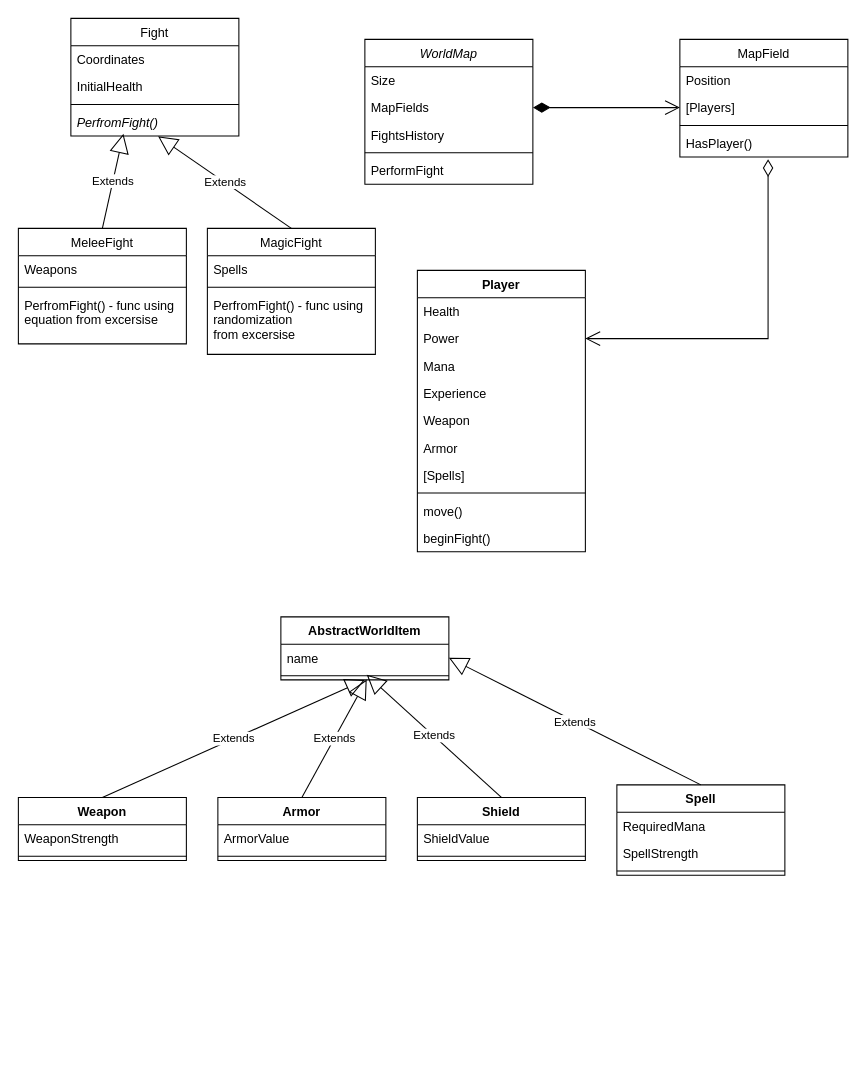
Before: PO1.drawio in Piotreqsl/oolab, a draw.io diagram. Source tidied: cells renumbered, new cells numbered last; positions are measured from the earlier drawing's top-left corner, leaving out a move shared by most shapes. Both pictures are drawn from the tidied source at 105%, with x=0, y=0 at pixel (18, 18).
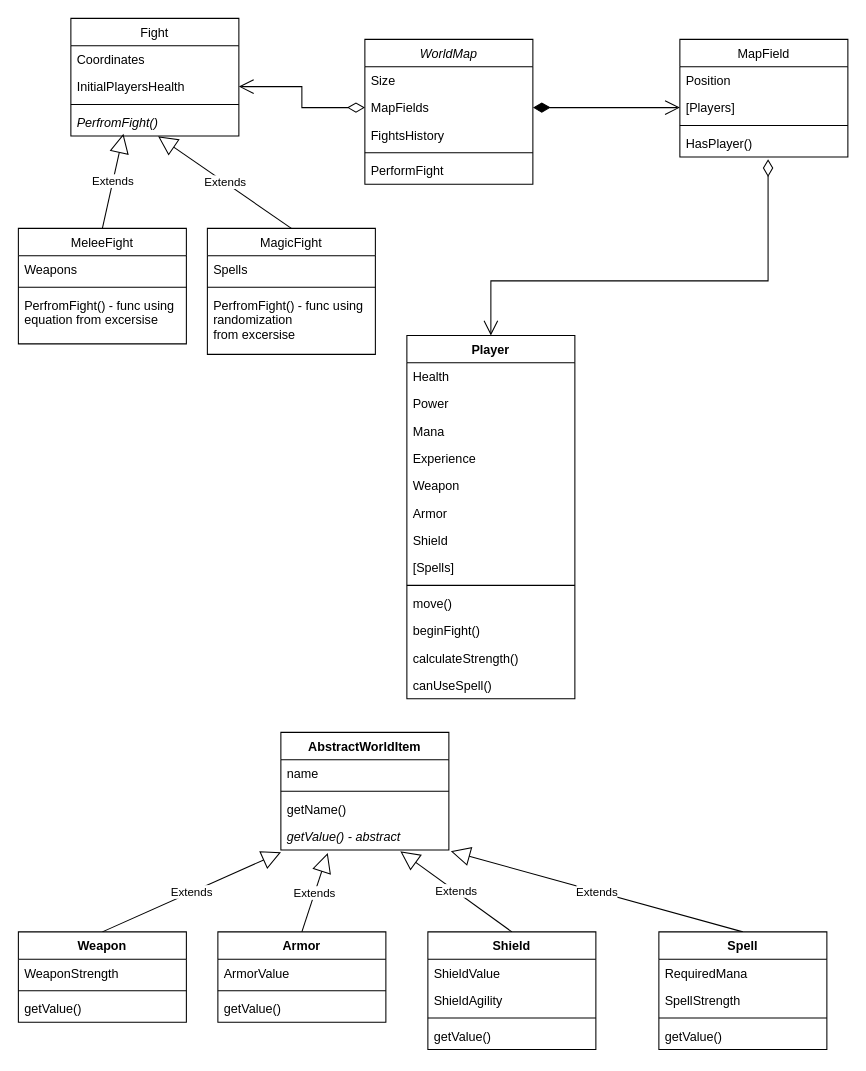
The same page after the edit.

Unchanged cells that the change refers to:
```xml
<mxCell id="4" value="MapFields" style="text;align=left;verticalAlign=top;spacingLeft=4;spacingRight=4;overflow=hidden;points=[[0,0.5],[1,0.5]];portConstraint=eastwest;rounded=0;shadow=0;html=0;" parent="2" vertex="1">
  <mxGeometry y="52" width="160" height="26" as="geometry" />
</mxCell>
<mxCell id="12" value="HasPlayer()" style="text;align=left;verticalAlign=top;spacingLeft=4;spacingRight=4;overflow=hidden;points=[[0,0.5],[1,0.5]];portConstraint=eastwest;" parent="8" vertex="1">
  <mxGeometry y="86" width="160" height="26" as="geometry" />
</mxCell>
<mxCell id="15" value="Power" style="text;strokeColor=none;fillColor=none;align=left;verticalAlign=top;spacingLeft=4;spacingRight=4;overflow=hidden;points=[[0,0.5],[1,0.5]];portConstraint=eastwest;" parent="13" vertex="1">
  <mxGeometry y="52" width="160" height="26" as="geometry" />
</mxCell>
<mxCell id="44" value="Fight" style="swimlane;fontStyle=0;align=center;verticalAlign=top;horizontal=1;startSize=26;rounded=0;shadow=0;strokeWidth=1;" parent="1" vertex="1">
  <mxGeometry x="50" width="160" height="112" as="geometry" />
</mxCell>
```

Change to the diagram source:
```diff
@@
     <mxCell id="13" value="Player" style="swimlane;fontStyle=1;align=center;verticalAlign=top;horizontal=1;startSize=26;" parent="1" vertex="1">
-      <mxGeometry x="380" y="240" width="160" height="268" as="geometry" />
+      <mxGeometry x="370" y="302" width="160" height="346" as="geometry" />
     </mxCell>
@@
+    <mxCell id="61" value="Shield" style="text;strokeColor=none;fillColor=none;align=left;verticalAlign=top;spacingLeft=4;spacingRight=4;overflow=hidden;" parent="13" vertex="1">
+      <mxGeometry y="182" width="160" height="26" as="geometry" />
+    </mxCell>
     <mxCell id="20" value="[Spells]" style="text;strokeColor=none;fillColor=none;align=left;verticalAlign=top;spacingLeft=4;spacingRight=4;overflow=hidden;" parent="13" vertex="1">
-      <mxGeometry y="182" width="160" height="26" as="geometry" />
+      <mxGeometry y="208" width="160" height="26" as="geometry" />
     </mxCell>
     <mxCell id="21" style="line;strokeWidth=1;fillColor=none;align=left;verticalAlign=middle;spacingTop=-1;spacingLeft=3;spacingRight=3;labelPosition=right;strokeColor=inherit;" parent="13" vertex="1">
-      <mxGeometry y="208" width="160" height="8" as="geometry" />
+      <mxGeometry y="234" width="160" height="8" as="geometry" />
     </mxCell>
     <mxCell id="22" value="move()" style="text;strokeColor=none;fillColor=none;align=left;verticalAlign=top;spacingLeft=4;spacingRight=4;overflow=hidden;" parent="13" vertex="1">
-      <mxGeometry y="216" width="160" height="26" as="geometry" />
+      <mxGeometry y="242" width="160" height="26" as="geometry" />
     </mxCell>
     <mxCell id="23" value="beginFight()" style="text;strokeColor=none;fillColor=none;align=left;verticalAlign=top;spacingLeft=4;spacingRight=4;overflow=hidden;" parent="13" vertex="1">
-      <mxGeometry y="242" width="160" height="26" as="geometry" />
+      <mxGeometry y="268" width="160" height="26" as="geometry" />
     </mxCell>
-    <mxCell id="24" value="AbstractWorldItem" style="swimlane;fontStyle=1;align=center;verticalAlign=top;horizontal=1;startSize=26;" parent="1" vertex="1">
-      <mxGeometry x="250" y="570" width="160" height="60" as="geometry" />
-    </mxCell>
-    <mxCell id="25" value="name" style="text;strokeColor=none;fillColor=none;align=left;verticalAlign=top;spacingLeft=4;spacingRight=4;overflow=hidden;points=[[0,0.5],[1,0.5]];portConstraint=eastwest;" parent="24" vertex="1">
-      <mxGeometry y="26" width="160" height="26" as="geometry" />
-    </mxCell>
-    <mxCell id="26" style="line;strokeWidth=1;fillColor=none;align=left;verticalAlign=middle;spacingTop=-1;spacingLeft=3;spacingRight=3;labelPosition=right;points=[];portConstraint=eastwest;strokeColor=inherit;" parent="24" vertex="1">
-      <mxGeometry y="52" width="160" height="8" as="geometry" />
-    </mxCell>
+    <mxCell id="62" value="calculateStrength()" style="text;strokeColor=none;fillColor=none;align=left;verticalAlign=top;spacingLeft=4;spacingRight=4;overflow=hidden;" parent="13" vertex="1">
+      <mxGeometry y="294" width="160" height="26" as="geometry" />
+    </mxCell>
+    <mxCell id="63" value="canUseSpell()" style="text;strokeColor=none;fillColor=none;align=left;verticalAlign=top;spacingLeft=4;spacingRight=4;overflow=hidden;" parent="13" vertex="1">
+      <mxGeometry y="320" width="160" height="26" as="geometry" />
+    </mxCell>
-    <mxCell id="27" value="Extends" style="endArrow=block;endSize=16;endFill=0;html=1;rounded=0;exitX=0.5;exitY=0;exitDx=0;exitDy=0;entryX=0.5;entryY=1;entryDx=0;entryDy=0;" parent="1" edge="1" source="28" target="24">
+    <mxCell id="27" value="Extends" style="endArrow=block;endSize=16;endFill=0;html=1;rounded=0;exitX=0.5;exitY=0;exitDx=0;exitDy=0;entryX=0.001;entryY=1.081;entryDx=0;entryDy=0;entryPerimeter=0;" parent="1" edge="1" source="28" target="66">
       <mxGeometry relative="1" as="geometry" />
     </mxCell>
-    <mxCell id="28" value="Weapon" style="swimlane;fontStyle=1;align=center;verticalAlign=top;horizontal=1;startSize=26;" parent="1" vertex="1">
-      <mxGeometry y="742" width="160" height="60" as="geometry" />
-    </mxCell>
-    <mxCell id="29" value="WeaponStrength" style="text;strokeColor=none;fillColor=none;align=left;verticalAlign=top;spacingLeft=4;spacingRight=4;overflow=hidden;" parent="28" vertex="1">
-      <mxGeometry y="26" width="160" height="26" as="geometry" />
-    </mxCell>
-    <mxCell id="30" style="line;strokeWidth=1;fillColor=none;align=left;verticalAlign=middle;spacingTop=-1;spacingLeft=3;spacingRight=3;labelPosition=right;strokeColor=inherit;" parent="28" vertex="1">
-      <mxGeometry y="52" width="160" height="8" as="geometry" />
-    </mxCell>
-    <mxCell id="31" value="Armor" style="swimlane;fontStyle=1;align=center;verticalAlign=top;horizontal=1;startSize=26;" parent="1" vertex="1">
-      <mxGeometry x="190" y="742" width="160" height="60" as="geometry" />
-    </mxCell>
-    <mxCell id="32" value="ArmorValue" style="text;strokeColor=none;fillColor=none;align=left;verticalAlign=top;spacingLeft=4;spacingRight=4;overflow=hidden;" parent="31" vertex="1">
-      <mxGeometry y="26" width="160" height="26" as="geometry" />
-    </mxCell>
-    <mxCell id="33" style="line;strokeWidth=1;fillColor=none;align=left;verticalAlign=middle;spacingTop=-1;spacingLeft=3;spacingRight=3;labelPosition=right;strokeColor=inherit;" parent="31" vertex="1">
-      <mxGeometry y="52" width="160" height="8" as="geometry" />
-    </mxCell>
-    <mxCell id="34" value="Shield" style="swimlane;fontStyle=1;align=center;verticalAlign=top;horizontal=1;startSize=26;" parent="1" vertex="1">
-      <mxGeometry x="380" y="742" width="160" height="60" as="geometry" />
-    </mxCell>
-    <mxCell id="35" value="ShieldValue" style="text;strokeColor=none;fillColor=none;align=left;verticalAlign=top;spacingLeft=4;spacingRight=4;overflow=hidden;" parent="34" vertex="1">
-      <mxGeometry y="26" width="160" height="26" as="geometry" />
-    </mxCell>
-    <mxCell id="36" style="line;strokeWidth=1;fillColor=none;align=left;verticalAlign=middle;spacingTop=-1;spacingLeft=3;spacingRight=3;labelPosition=right;strokeColor=inherit;" parent="34" vertex="1">
-      <mxGeometry y="52" width="160" height="8" as="geometry" />
-    </mxCell>
-    <mxCell id="37" value="Extends" style="endArrow=block;endSize=16;endFill=0;html=1;rounded=0;exitX=0.5;exitY=0;exitDx=0;exitDy=0;entryX=0.511;entryY=0.955;entryDx=0;entryDy=0;entryPerimeter=0;" parent="1" edge="1" source="31" target="26">
+    <mxCell id="37" value="Extends" style="endArrow=block;endSize=16;endFill=0;html=1;rounded=0;exitX=0.5;exitY=0;exitDx=0;exitDy=0;entryX=0.279;entryY=1.115;entryDx=0;entryDy=0;entryPerimeter=0;" parent="1" edge="1" source="31" target="66">
       <mxGeometry relative="1" as="geometry" />
     </mxCell>
-    <mxCell id="38" value="Extends" style="endArrow=block;endSize=16;endFill=0;html=1;rounded=0;exitX=0.5;exitY=0;exitDx=0;exitDy=0;entryX=0.511;entryY=1.119;entryDx=0;entryDy=0;entryPerimeter=0;" parent="1" edge="1" source="34" target="25">
+    <mxCell id="38" value="Extends" style="endArrow=block;endSize=16;endFill=0;html=1;rounded=0;exitX=0.5;exitY=0;exitDx=0;exitDy=0;entryX=0.711;entryY=1.046;entryDx=0;entryDy=0;entryPerimeter=0;" parent="1" edge="1" source="34" target="66">
       <mxGeometry relative="1" as="geometry" />
     </mxCell>
-    <mxCell id="39" value="Spell" style="swimlane;fontStyle=1;align=center;verticalAlign=top;horizontal=1;startSize=26;" parent="1" vertex="1">
-      <mxGeometry x="570" y="730" width="160" height="86" as="geometry" />
-    </mxCell>
-    <mxCell id="40" value="RequiredMana" style="text;strokeColor=none;fillColor=none;align=left;verticalAlign=top;spacingLeft=4;spacingRight=4;overflow=hidden;" parent="39" vertex="1">
-      <mxGeometry y="26" width="160" height="26" as="geometry" />
-    </mxCell>
-    <mxCell id="41" value="SpellStrength" style="text;strokeColor=none;fillColor=none;align=left;verticalAlign=top;spacingLeft=4;spacingRight=4;overflow=hidden;" parent="39" vertex="1">
-      <mxGeometry y="52" width="160" height="26" as="geometry" />
-    </mxCell>
-    <mxCell id="42" style="line;strokeWidth=1;fillColor=none;align=left;verticalAlign=middle;spacingTop=-1;spacingLeft=3;spacingRight=3;labelPosition=right;strokeColor=inherit;" parent="39" vertex="1">
-      <mxGeometry y="78" width="160" height="8" as="geometry" />
-    </mxCell>
-    <mxCell id="43" value="Extends" style="endArrow=block;endSize=16;endFill=0;html=1;rounded=0;exitX=0.5;exitY=0;exitDx=0;exitDy=0;entryX=1;entryY=0.5;entryDx=0;entryDy=0;" parent="1" edge="1" source="39" target="25">
+    <mxCell id="43" value="Extends" style="endArrow=block;endSize=16;endFill=0;html=1;rounded=0;exitX=0.5;exitY=0;exitDx=0;exitDy=0;entryX=1.012;entryY=1.046;entryDx=0;entryDy=0;entryPerimeter=0;" parent="1" edge="1" source="39" target="66">
       <mxGeometry relative="1" as="geometry" />
     </mxCell>
@@
-    <mxCell id="46" value="InitialHealth" style="text;align=left;verticalAlign=top;spacingLeft=4;spacingRight=4;overflow=hidden;points=[[0,0.5],[1,0.5]];portConstraint=eastwest;" parent="44" vertex="1">
+    <mxCell id="46" value="InitialPlayersHealth" style="text;align=left;verticalAlign=top;spacingLeft=4;spacingRight=4;overflow=hidden;points=[[0,0.5],[1,0.5]];portConstraint=eastwest;" parent="44" vertex="1">
       <mxGeometry y="52" width="160" height="26" as="geometry" />
     </mxCell>
@@
-    <mxCell id="60" style="endArrow=open;html=1;endSize=12;startArrow=diamondThin;startSize=14;startFill=0;edgeStyle=orthogonalEdgeStyle;align=left;verticalAlign=bottom;rounded=0;exitX=0.525;exitY=1.081;exitDx=0;exitDy=0;exitPerimeter=0;entryX=1;entryY=0.5;entryDx=0;entryDy=0;" parent="1" edge="1" source="12" target="15">
+    <mxCell id="60" style="endArrow=open;html=1;endSize=12;startArrow=diamondThin;startSize=14;startFill=0;edgeStyle=orthogonalEdgeStyle;align=left;verticalAlign=bottom;rounded=0;exitX=0.525;exitY=1.081;exitDx=0;exitDy=0;exitPerimeter=0;entryX=0.5;entryY=0;entryDx=0;entryDy=0;" parent="1" edge="1" source="12" target="13">
       <mxGeometry x="-0.79" y="46" relative="1" as="geometry">
         <Array as="points">
-          <mxPoint x="714" y="305" />
+          <mxPoint x="714" y="250" />
+          <mxPoint x="450" y="250" />
         </Array>
       </mxGeometry>
     </mxCell>
+    <mxCell id="24" value="AbstractWorldItem" style="swimlane;fontStyle=1;align=center;verticalAlign=top;horizontal=1;startSize=26;" parent="1" vertex="1">
+      <mxGeometry x="250" y="680" width="160" height="112" as="geometry" />
+    </mxCell>
+    <mxCell id="25" value="name" style="text;strokeColor=none;fillColor=none;align=left;verticalAlign=top;spacingLeft=4;spacingRight=4;overflow=hidden;points=[[0,0.5],[1,0.5]];portConstraint=eastwest;" parent="24" vertex="1">
+      <mxGeometry y="26" width="160" height="26" as="geometry" />
+    </mxCell>
+    <mxCell id="64" style="line;strokeWidth=1;fillColor=none;align=left;verticalAlign=middle;spacingTop=-1;spacingLeft=3;spacingRight=3;labelPosition=right;strokeColor=inherit;" parent="24" vertex="1">
+      <mxGeometry y="52" width="160" height="8" as="geometry" />
+    </mxCell>
+    <mxCell id="65" value="getName()" style="text;strokeColor=none;fillColor=none;align=left;verticalAlign=top;spacingLeft=4;spacingRight=4;overflow=hidden;" parent="24" vertex="1">
+      <mxGeometry y="60" width="160" height="26" as="geometry" />
+    </mxCell>
+    <mxCell id="66" value="getValue() - abstract" style="text;strokeColor=none;fillColor=none;align=left;verticalAlign=top;spacingLeft=4;spacingRight=4;overflow=hidden;points=[[0,0.5],[1,0.5]];portConstraint=eastwest;fontStyle=2;" parent="24" vertex="1">
+      <mxGeometry y="86" width="160" height="26" as="geometry" />
+    </mxCell>
+    <mxCell id="28" value="Weapon" style="swimlane;fontStyle=1;align=center;verticalAlign=top;horizontal=1;startSize=26;" parent="1" vertex="1">
+      <mxGeometry y="870" width="160" height="86" as="geometry" />
+    </mxCell>
+    <mxCell id="29" value="WeaponStrength" style="text;strokeColor=none;fillColor=none;align=left;verticalAlign=top;spacingLeft=4;spacingRight=4;overflow=hidden;" parent="28" vertex="1">
+      <mxGeometry y="26" width="160" height="26" as="geometry" />
+    </mxCell>
+    <mxCell id="67" style="line;strokeWidth=1;fillColor=none;align=left;verticalAlign=middle;spacingTop=-1;spacingLeft=3;spacingRight=3;labelPosition=right;strokeColor=inherit;" parent="28" vertex="1">
+      <mxGeometry y="52" width="160" height="8" as="geometry" />
+    </mxCell>
+    <mxCell id="68" value="getValue()" style="text;strokeColor=none;fillColor=none;align=left;verticalAlign=top;spacingLeft=4;spacingRight=4;overflow=hidden;" parent="28" vertex="1">
+      <mxGeometry y="60" width="160" height="26" as="geometry" />
+    </mxCell>
+    <mxCell id="31" value="Armor" style="swimlane;fontStyle=1;align=center;verticalAlign=top;horizontal=1;startSize=26;" parent="1" vertex="1">
+      <mxGeometry x="190" y="870" width="160" height="86" as="geometry" />
+    </mxCell>
+    <mxCell id="32" value="ArmorValue" style="text;strokeColor=none;fillColor=none;align=left;verticalAlign=top;spacingLeft=4;spacingRight=4;overflow=hidden;" parent="31" vertex="1">
+      <mxGeometry y="26" width="160" height="26" as="geometry" />
+    </mxCell>
+    <mxCell id="69" style="line;strokeWidth=1;fillColor=none;align=left;verticalAlign=middle;spacingTop=-1;spacingLeft=3;spacingRight=3;labelPosition=right;strokeColor=inherit;" parent="31" vertex="1">
+      <mxGeometry y="52" width="160" height="8" as="geometry" />
+    </mxCell>
+    <mxCell id="70" value="getValue()" style="text;strokeColor=none;fillColor=none;align=left;verticalAlign=top;spacingLeft=4;spacingRight=4;overflow=hidden;" parent="31" vertex="1">
+      <mxGeometry y="60" width="160" height="26" as="geometry" />
+    </mxCell>
+    <mxCell id="34" value="Shield" style="swimlane;fontStyle=1;align=center;verticalAlign=top;horizontal=1;startSize=26;" parent="1" vertex="1">
+      <mxGeometry x="390" y="870" width="160" height="112" as="geometry" />
+    </mxCell>
+    <mxCell id="35" value="ShieldValue" style="text;strokeColor=none;fillColor=none;align=left;verticalAlign=top;spacingLeft=4;spacingRight=4;overflow=hidden;" parent="34" vertex="1">
+      <mxGeometry y="26" width="160" height="26" as="geometry" />
+    </mxCell>
+    <mxCell id="71" value="ShieldAgility" style="text;strokeColor=none;fillColor=none;align=left;verticalAlign=top;spacingLeft=4;spacingRight=4;overflow=hidden;" parent="34" vertex="1">
+      <mxGeometry y="52" width="160" height="26" as="geometry" />
+    </mxCell>
+    <mxCell id="72" style="line;strokeWidth=1;fillColor=none;align=left;verticalAlign=middle;spacingTop=-1;spacingLeft=3;spacingRight=3;labelPosition=right;strokeColor=inherit;" parent="34" vertex="1">
+      <mxGeometry y="78" width="160" height="8" as="geometry" />
+    </mxCell>
+    <mxCell id="73" value="getValue()" style="text;strokeColor=none;fillColor=none;align=left;verticalAlign=top;spacingLeft=4;spacingRight=4;overflow=hidden;" parent="34" vertex="1">
+      <mxGeometry y="86" width="160" height="26" as="geometry" />
+    </mxCell>
+    <mxCell id="39" value="Spell" style="swimlane;fontStyle=1;align=center;verticalAlign=top;horizontal=1;startSize=26;" parent="1" vertex="1">
+      <mxGeometry x="610" y="870" width="160" height="112" as="geometry" />
+    </mxCell>
+    <mxCell id="40" value="RequiredMana" style="text;strokeColor=none;fillColor=none;align=left;verticalAlign=top;spacingLeft=4;spacingRight=4;overflow=hidden;" parent="39" vertex="1">
+      <mxGeometry y="26" width="160" height="26" as="geometry" />
+    </mxCell>
+    <mxCell id="41" value="SpellStrength" style="text;strokeColor=none;fillColor=none;align=left;verticalAlign=top;spacingLeft=4;spacingRight=4;overflow=hidden;" parent="39" vertex="1">
+      <mxGeometry y="52" width="160" height="26" as="geometry" />
+    </mxCell>
+    <mxCell id="74" style="line;strokeWidth=1;fillColor=none;align=left;verticalAlign=middle;spacingTop=-1;spacingLeft=3;spacingRight=3;labelPosition=right;strokeColor=inherit;" parent="39" vertex="1">
+      <mxGeometry y="78" width="160" height="8" as="geometry" />
+    </mxCell>
+    <mxCell id="75" value="getValue()" style="text;strokeColor=none;fillColor=none;align=left;verticalAlign=top;spacingLeft=4;spacingRight=4;overflow=hidden;" parent="39" vertex="1">
+      <mxGeometry y="86" width="160" height="26" as="geometry" />
+    </mxCell>
+    <mxCell id="76" style="endArrow=open;html=1;endSize=12;startArrow=diamondThin;startSize=14;startFill=0;edgeStyle=orthogonalEdgeStyle;align=left;verticalAlign=bottom;rounded=0;exitX=0;exitY=0.5;exitDx=0;exitDy=0;entryX=1;entryY=0.5;entryDx=0;entryDy=0;" parent="1" edge="1" source="4" target="46">
+      <mxGeometry x="-0.43" y="35" relative="1" as="geometry" />
+    </mxCell>
```
